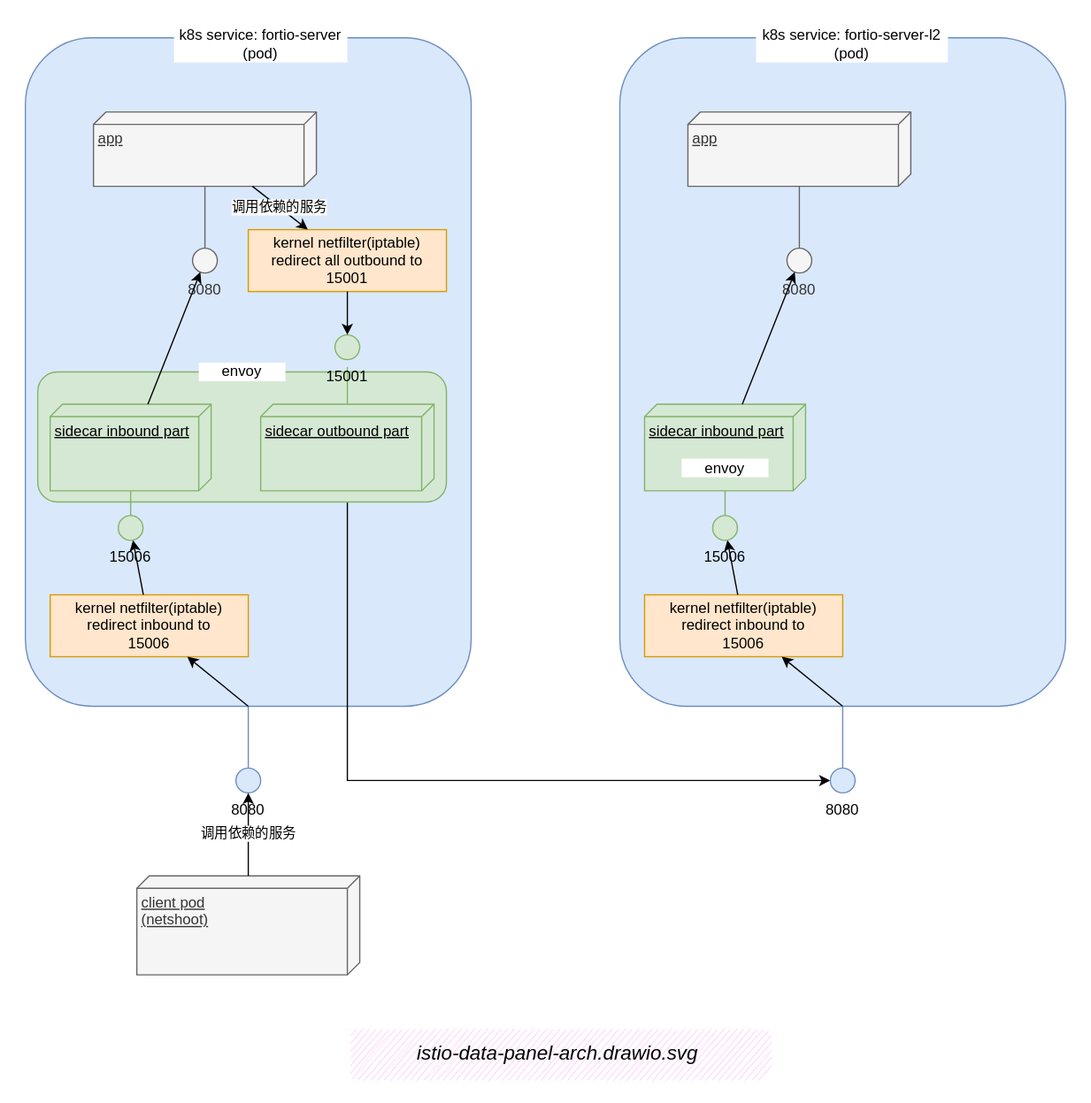
labilezhu/istio-insider keeps this draw.io diagram as docs/source/ch1-istio-arch/istio-data-panel-arch.assets/istio-data-panel-arch.drawio.svg. Above is the earlier version. Source tidied: cells renumbered, new cells last; positions are measured from the earlier drawing's top-left corner, leaving out a move shared by most shapes.
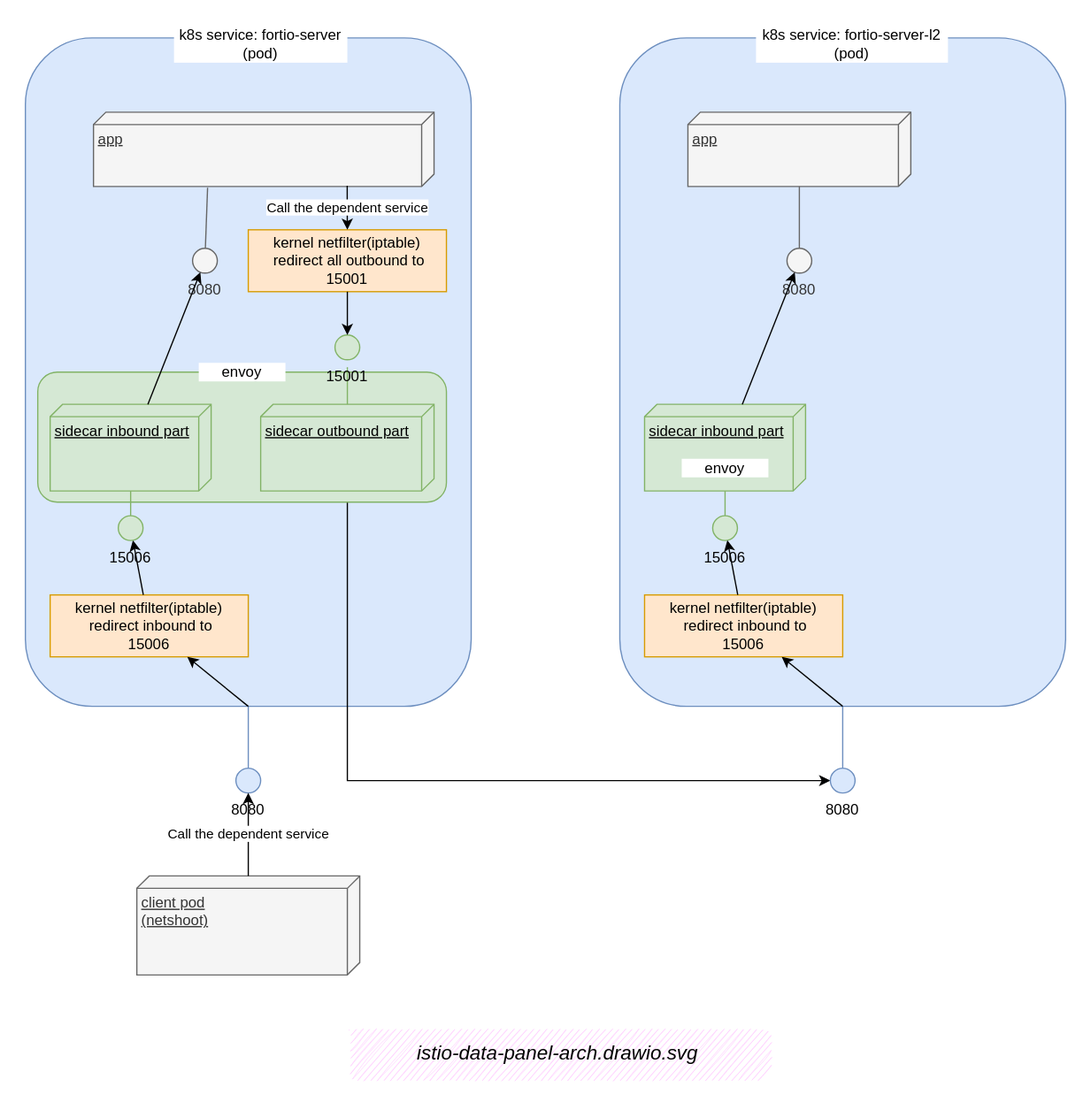
Later version of the same file.

Change to the diagram source:
```diff
@@ -9,9 +9,9 @@
       <mxGeometry y="10" width="360" height="540" as="geometry" />
     </mxCell>
     <mxCell id="4" value="app" style="verticalAlign=top;align=left;spacingTop=8;spacingLeft=2;spacingRight=12;shape=cube;size=10;direction=south;fontStyle=4;html=1;fillColor=#f5f5f5;strokeColor=#666666;fontColor=#333333;" parent="1" vertex="1">
-      <mxGeometry x="55" y="70" width="180" height="60" as="geometry" />
+      <mxGeometry x="55" y="70" width="275" height="60" as="geometry" />
     </mxCell>
-    <mxCell id="5" style="jettySize=auto;html=1;endArrow=none;fontSize=12;fontColor=#333333;fontStyle=4;align=left;verticalAlign=top;strokeColor=#666666;fillColor=#f5f5f5;spacingTop=8;spacingLeft=2;spacingRight=12;" parent="1" edge="1" source="4" target="6">
+    <mxCell id="5" style="jettySize=auto;html=1;endArrow=none;fontSize=12;fontColor=#333333;fontStyle=4;align=left;verticalAlign=top;strokeColor=#666666;fillColor=#f5f5f5;spacingTop=8;spacingLeft=2;spacingRight=12;exitX=1.017;exitY=0.665;exitDx=0;exitDy=0;exitPerimeter=0;" parent="1" edge="1" source="4" target="6">
       <mxGeometry relative="1" as="geometry" />
     </mxCell>
     <mxCell id="6" value="8080" style="ellipse;whiteSpace=wrap;html=1;align=center;points=[];outlineConnect=0;sketch=0;labelPosition=center;verticalLabelPosition=bottom;verticalAlign=top;fillColor=#f5f5f5;strokeColor=#666666;fontColor=#333333;" parent="1" vertex="1">
@@ -26,7 +26,7 @@
     <mxCell id="9" value="kernel netfilter(iptable)&lt;br&gt;&amp;nbsp;redirect inbound to&lt;br&gt;15006" style="rounded=0;whiteSpace=wrap;html=1;fillColor=#ffe6cc;strokeColor=#d79b00;" parent="1" vertex="1">
       <mxGeometry x="20" y="460" width="160" height="50" as="geometry" />
     </mxCell>
-    <mxCell id="10" value="调用依赖的服务" style="endArrow=classic;html=1;rounded=0;" parent="1" edge="1" source="2" target="8">
+    <mxCell id="10" value="Call the dependent service" style="endArrow=classic;html=1;rounded=0;" parent="1" edge="1" source="2" target="8">
       <mxGeometry relative="1" as="geometry" />
     </mxCell>
     <mxCell id="11" value="k8s service:&amp;nbsp;fortio-server&lt;br&gt;(pod)" style="text;html=1;strokeColor=none;fillColor=default;align=center;verticalAlign=middle;whiteSpace=wrap;rounded=0;" parent="1" vertex="1">
@@ -41,8 +41,8 @@
     <mxCell id="14" value="kernel netfilter(iptable)&lt;br&gt;&amp;nbsp;redirect all outbound to&lt;br&gt;15001" style="rounded=0;whiteSpace=wrap;html=1;fillColor=#ffe6cc;strokeColor=#d79b00;" parent="1" vertex="1">
       <mxGeometry x="180" y="165" width="160" height="50" as="geometry" />
     </mxCell>
-    <mxCell id="15" value="调用依赖的服务" style="endArrow=classic;html=1;rounded=0;" parent="1" edge="1" source="4" target="14">
-      <mxGeometry relative="1" as="geometry" />
+    <mxCell id="15" value="Call the dependent service" style="endArrow=classic;html=1;rounded=0;edgeStyle=orthogonalEdgeStyle;exitX=0.99;exitY=0.255;exitDx=0;exitDy=0;exitPerimeter=0;" parent="1" edge="1" source="4" target="14">
+      <mxGeometry x="-0.01" relative="1" as="geometry" />
     </mxCell>
     <mxCell id="16" style="rounded=1;whiteSpace=wrap;html=1;fillColor=#dae8fc;strokeColor=#6c8ebf;" parent="1" vertex="1">
       <mxGeometry x="480" y="10" width="360" height="540" as="geometry" />
```
